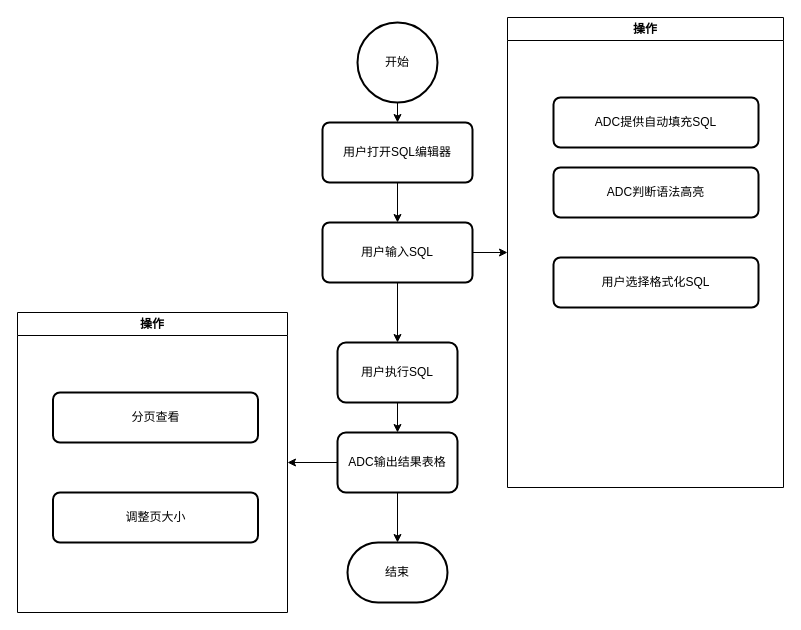
Before: SQL编辑器流程图P0.drawio in tryantdb/repo_for_drawio, a draw.io diagram. Source tidied: cells renumbered, new cells numbered last; positions are measured from the earlier drawing's top-left corner, leaving out a move shared by most shapes. Both pictures are drawn from the tidied source at 100%, with x=0, y=0 at pixel (17, 17).
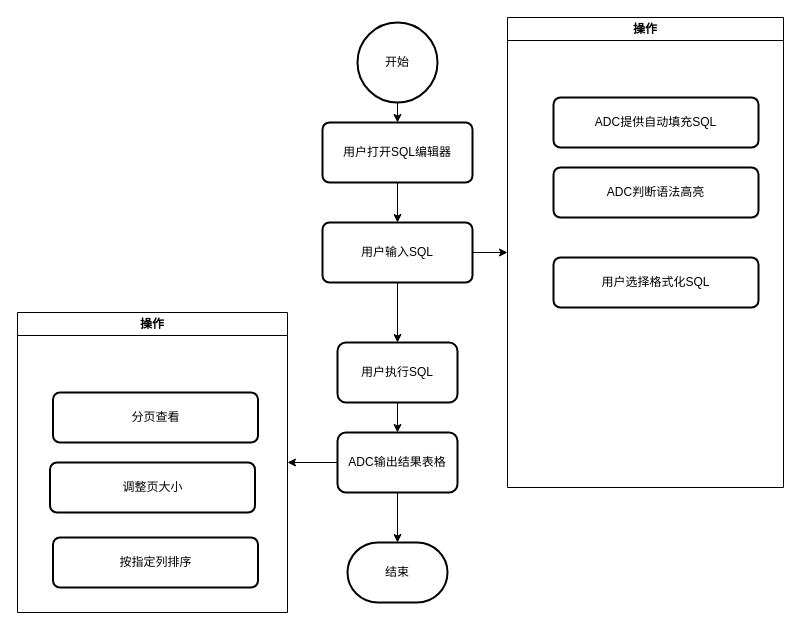
After the change.

Commit message (it also covers changes not shown here):
更新SQL编辑器流程图P0.drawio

The change refers to these unchanged cells:
```xml
<mxCell id="19" value="操作" style="swimlane;whiteSpace=wrap;html=1;" parent="1" vertex="1">
  <mxGeometry y="295" width="270" height="300" as="geometry" />
</mxCell>
```

Diff of the diagram source:
```diff
@@
     <mxCell id="21" value="调整页大小" style="rounded=1;whiteSpace=wrap;html=1;absoluteArcSize=1;arcSize=14;strokeWidth=2;" parent="19" vertex="1">
-      <mxGeometry x="35.5" y="180" width="205" height="50" as="geometry" />
+      <mxGeometry x="32.5" y="150" width="205" height="50" as="geometry" />
     </mxCell>
+    <mxCell id="22" value="按指定列排序" style="rounded=1;whiteSpace=wrap;html=1;absoluteArcSize=1;arcSize=14;strokeWidth=2;" parent="19" vertex="1">
+      <mxGeometry x="35.5" y="225" width="205" height="50" as="geometry" />
+    </mxCell>
```
